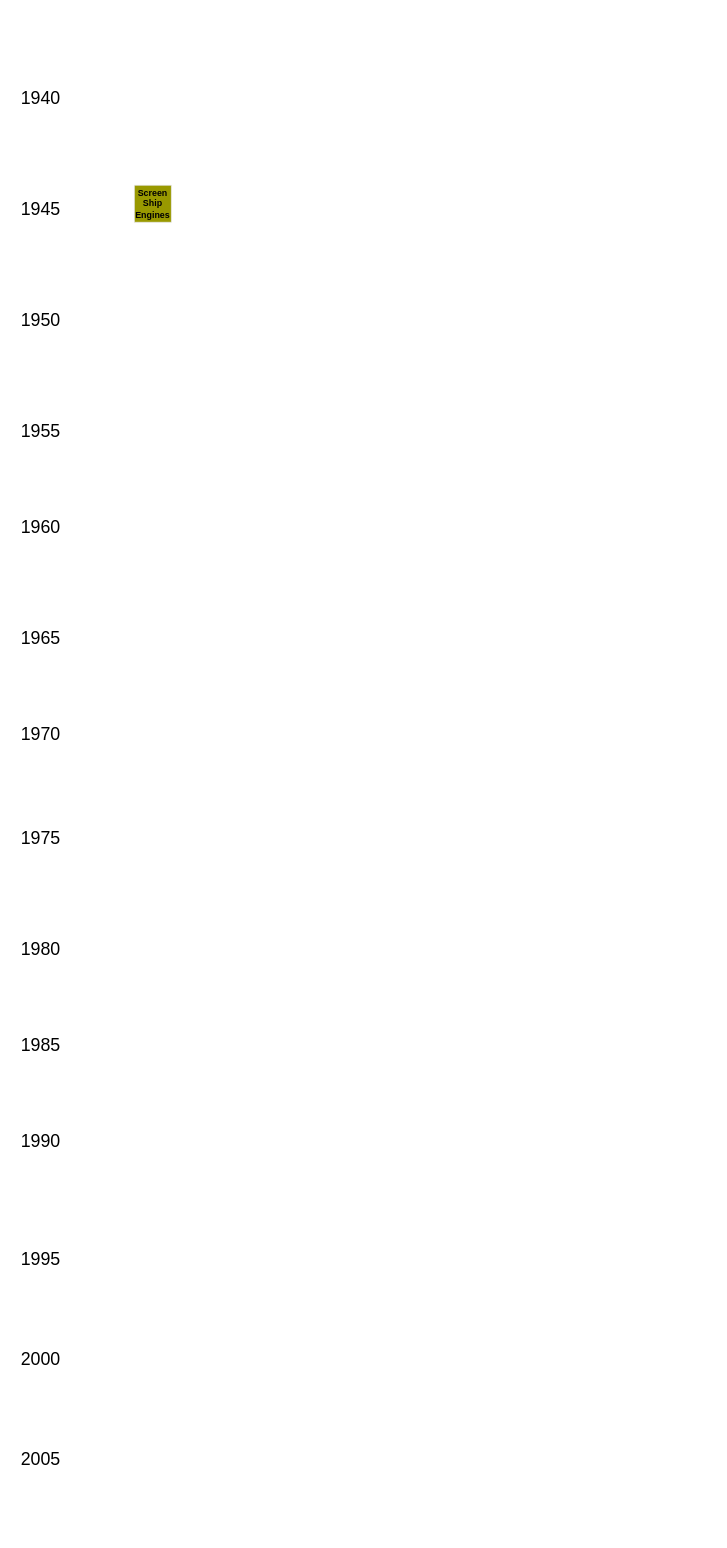
This is page "Polarace Plan" (1 of 2) of CWIC Backup/Polarace/Armour Plan.drawio from swf541/ColdWarIronCurtain, a draw.io file, before an edit. Source tidied: cells renumbered, new cells numbered last; positions are measured from the earlier drawing's top-left corner, leaving out a move shared by most shapes. Both pictures are drawn from the tidied source at 74%, with x=0, y=0 at pixel (19, 85).
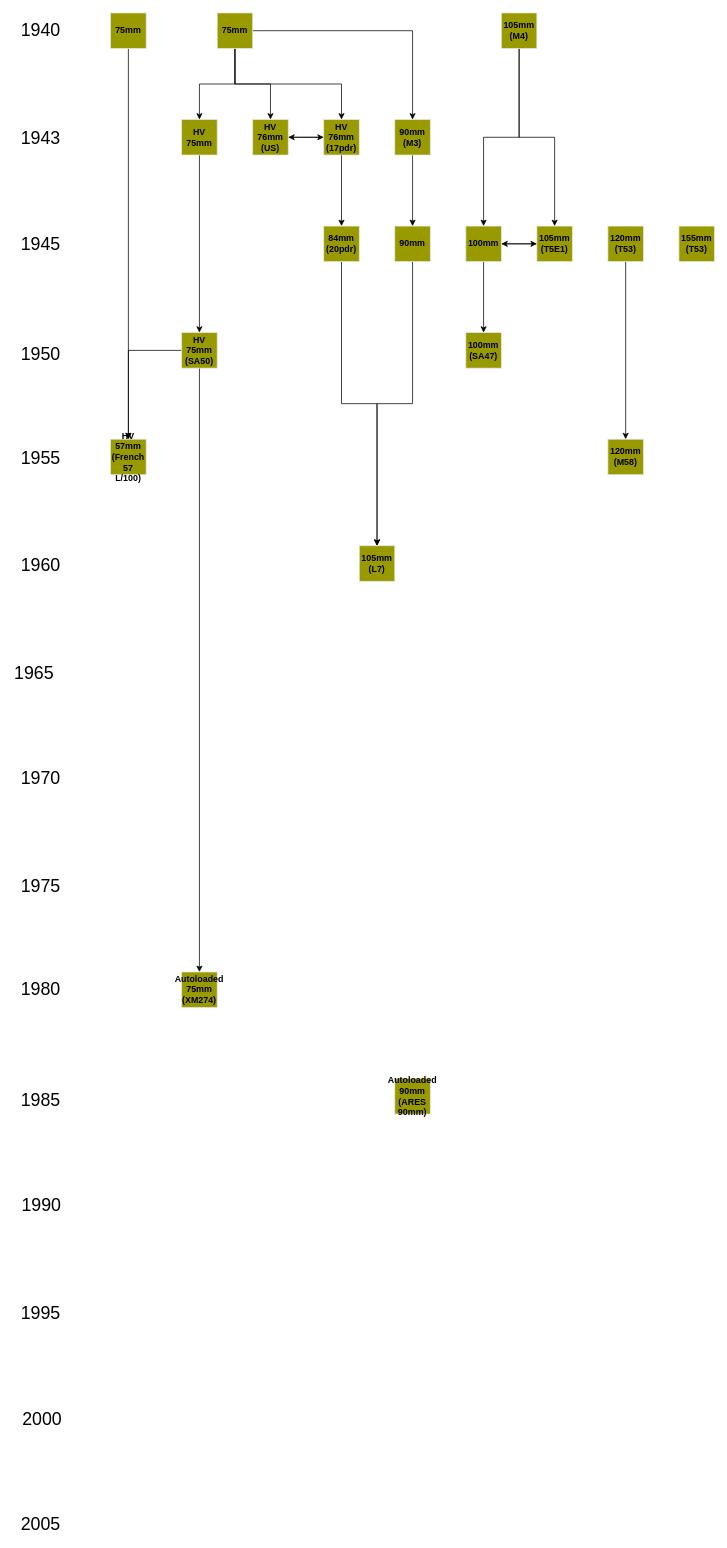
After the change.

What changed in the source:
```diff
@@
     <mxCell id="2" value="&lt;font style=&quot;font-size: 24px&quot;&gt;2005&lt;/font&gt;" style="text;html=1;align=left;verticalAlign=top;spacingTop=-4;" parent="1" vertex="1">
-      <mxGeometry y="1839.8" width="70" height="20" as="geometry" />
+      <mxGeometry y="1927" width="70" height="20" as="geometry" />
     </mxCell>
     <mxCell id="3" value="&lt;font style=&quot;font-size: 24px&quot;&gt;2000&lt;/font&gt;" style="text;html=1;align=left;verticalAlign=top;spacingTop=-4;" parent="1" vertex="1">
-      <mxGeometry y="1704.8" width="70" height="20" as="geometry" />
+      <mxGeometry x="2" y="1786" width="70" height="20" as="geometry" />
     </mxCell>
     <mxCell id="4" value="&lt;font style=&quot;font-size: 24px&quot;&gt;1995&lt;/font&gt;" style="text;html=1;align=left;verticalAlign=top;spacingTop=-4;" parent="1" vertex="1">
-      <mxGeometry y="1569.8" width="70" height="20" as="geometry" />
+      <mxGeometry y="1642" width="70" height="20" as="geometry" />
     </mxCell>
     <mxCell id="5" value="&lt;font style=&quot;font-size: 24px&quot;&gt;1990&lt;/font&gt;" style="text;html=1;align=left;verticalAlign=top;spacingTop=-4;" parent="1" vertex="1">
-      <mxGeometry y="1409.8" width="70" height="20" as="geometry" />
+      <mxGeometry x="1" y="1496" width="70" height="20" as="geometry" />
     </mxCell>
     <mxCell id="6" value="&lt;font style=&quot;font-size: 24px&quot;&gt;1985&lt;/font&gt;" style="text;html=1;align=left;verticalAlign=top;spacingTop=-4;" parent="1" vertex="1">
-      <mxGeometry y="1279.8" width="70" height="20" as="geometry" />
+      <mxGeometry y="1354" width="70" height="20" as="geometry" />
     </mxCell>
     <mxCell id="7" value="&lt;font style=&quot;font-size: 24px&quot;&gt;1980&lt;/font&gt;" style="text;html=1;align=left;verticalAlign=top;spacingTop=-4;" parent="1" vertex="1">
-      <mxGeometry y="1149.8" width="70" height="20" as="geometry" />
+      <mxGeometry y="1204.8" width="70" height="20" as="geometry" />
     </mxCell>
     <mxCell id="8" value="&lt;font style=&quot;font-size: 24px&quot;&gt;1975&lt;/font&gt;" style="text;html=1;align=left;verticalAlign=top;spacingTop=-4;" parent="1" vertex="1">
-      <mxGeometry y="999.8" width="70" height="20" as="geometry" />
+      <mxGeometry y="1066" width="70" height="20" as="geometry" />
     </mxCell>
     <mxCell id="9" value="&lt;font style=&quot;font-size: 24px&quot;&gt;1970&lt;/font&gt;" style="text;html=1;align=left;verticalAlign=top;spacingTop=-4;" parent="1" vertex="1">
-      <mxGeometry y="859.8" width="70" height="20" as="geometry" />
+      <mxGeometry y="919.8" width="70" height="20" as="geometry" />
     </mxCell>
     <mxCell id="10" value="&lt;font style=&quot;font-size: 24px&quot;&gt;1965&lt;/font&gt;" style="text;html=1;align=left;verticalAlign=top;spacingTop=-4;" parent="1" vertex="1">
-      <mxGeometry y="729.8" width="70" height="20" as="geometry" />
+      <mxGeometry x="-9" y="778" width="70" height="20" as="geometry" />
     </mxCell>
     <mxCell id="11" value="&lt;font style=&quot;font-size: 24px&quot;&gt;1960&lt;/font&gt;" style="text;html=1;align=left;verticalAlign=top;spacingTop=-4;" parent="1" vertex="1">
-      <mxGeometry y="579.8" width="70" height="20" as="geometry" />
+      <mxGeometry y="630.8" width="70" height="20" as="geometry" />
     </mxCell>
     <mxCell id="12" value="&lt;font style=&quot;font-size: 24px&quot;&gt;1955&lt;/font&gt;" style="text;html=1;align=left;verticalAlign=top;spacingTop=-4;" parent="1" vertex="1">
-      <mxGeometry y="449.8" width="70" height="20" as="geometry" />
+      <mxGeometry y="487" width="70" height="20" as="geometry" />
     </mxCell>
     <mxCell id="13" value="&lt;font style=&quot;font-size: 24px&quot;&gt;1950&lt;/font&gt;" style="text;html=1;align=left;verticalAlign=top;spacingTop=-4;" parent="1" vertex="1">
-      <mxGeometry y="299.8" width="70" height="20" as="geometry" />
+      <mxGeometry y="346" width="72" height="24" as="geometry" />
     </mxCell>
     <mxCell id="14" value="&lt;font style=&quot;font-size: 24px&quot;&gt;1945&lt;/font&gt;" style="text;html=1;align=left;verticalAlign=top;spacingTop=-4;" parent="1" vertex="1">
-      <mxGeometry y="149.8" width="70" height="20" as="geometry" />
+      <mxGeometry y="197.8" width="70" height="20" as="geometry" />
     </mxCell>
     <mxCell id="15" value="&lt;font style=&quot;font-size: 24px&quot;&gt;1940&lt;/font&gt;" style="text;html=1;align=left;verticalAlign=top;spacingTop=-4;" parent="1" vertex="1">
-      <mxGeometry y="-0.2" width="70" height="20" as="geometry" />
+      <mxGeometry y="-92" width="70" height="20" as="geometry" />
     </mxCell>
+    <mxCell id="17" style="edgeStyle=orthogonalEdgeStyle;rounded=0;jettySize=auto;html=1;" parent="1" edge="1" source="16" target="54">
+      <mxGeometry relative="1" as="geometry" />
+    </mxCell>
-    <mxCell id="16" value="Screen Ship Engines" style="rounded=0;whiteSpace=wrap;html=1;strokeColor=#E6E6E6;fillColor=#999900;arcSize=6;fontStyle=1;" parent="1" vertex="1">
-      <mxGeometry x="155" y="134.8" width="50" height="50" as="geometry" />
+    <mxCell id="16" value="HV 76mm&lt;br&gt;(US)" style="rounded=0;whiteSpace=wrap;html=1;strokeColor=#E6E6E6;fillColor=#999900;arcSize=6;fontStyle=1;" parent="1" vertex="1">
+      <mxGeometry x="315" y="46" width="48" height="48" as="geometry" />
     </mxCell>
+    <mxCell id="18" value="&lt;font style=&quot;font-size: 24px&quot;&gt;1943&lt;br&gt;&lt;/font&gt;" style="text;html=1;align=left;verticalAlign=top;spacingTop=-4;" parent="1" vertex="1">
+      <mxGeometry y="55" width="70" height="20" as="geometry" />
+    </mxCell>
+    <mxCell id="19" style="edgeStyle=orthogonalEdgeStyle;rounded=0;jettySize=auto;html=1;" parent="1" edge="1" source="20" target="23">
+      <mxGeometry relative="1" as="geometry" />
+    </mxCell>
+    <mxCell id="20" value="HV 75mm" style="rounded=0;whiteSpace=wrap;html=1;strokeColor=#E6E6E6;fillColor=#999900;arcSize=6;fontStyle=1;" parent="1" vertex="1">
+      <mxGeometry x="219" y="46" width="48" height="48" as="geometry" />
+    </mxCell>
+    <mxCell id="21" style="edgeStyle=orthogonalEdgeStyle;rounded=0;jettySize=auto;html=1;" parent="1" edge="1" source="23" target="50">
+      <mxGeometry relative="1" as="geometry" />
+    </mxCell>
+    <mxCell id="22" style="edgeStyle=orthogonalEdgeStyle;rounded=0;jettySize=auto;html=1;" parent="1" edge="1" source="23" target="24">
+      <mxGeometry relative="1" as="geometry" />
+    </mxCell>
+    <mxCell id="23" value="HV 75mm&lt;br&gt;(SA50)" style="rounded=0;whiteSpace=wrap;html=1;strokeColor=#E6E6E6;fillColor=#999900;arcSize=6;fontStyle=1;" parent="1" vertex="1">
+      <mxGeometry x="219" y="334" width="48" height="48" as="geometry" />
+    </mxCell>
+    <mxCell id="24" value="HV 57mm&lt;br&gt;(French 57 L/100)" style="rounded=0;whiteSpace=wrap;html=1;strokeColor=#E6E6E6;fillColor=#999900;arcSize=6;fontStyle=1;" parent="1" vertex="1">
+      <mxGeometry x="123" y="478" width="48" height="48" as="geometry" />
+    </mxCell>
+    <mxCell id="25" style="edgeStyle=orthogonalEdgeStyle;rounded=0;jettySize=auto;html=1;" parent="1" edge="1" source="26" target="30">
+      <mxGeometry relative="1" as="geometry" />
+    </mxCell>
+    <mxCell id="26" value="90mm" style="rounded=0;whiteSpace=wrap;html=1;strokeColor=#E6E6E6;fillColor=#999900;arcSize=6;fontStyle=1;" parent="1" vertex="1">
+      <mxGeometry x="507" y="190" width="48" height="48" as="geometry" />
+    </mxCell>
+    <mxCell id="27" style="edgeStyle=orthogonalEdgeStyle;rounded=0;jettySize=auto;html=1;" parent="1" edge="1" source="29" target="31">
+      <mxGeometry relative="1" as="geometry" />
+    </mxCell>
+    <mxCell id="28" style="edgeStyle=orthogonalEdgeStyle;rounded=0;jettySize=auto;html=1;" parent="1" edge="1" source="29" target="34">
+      <mxGeometry relative="1" as="geometry" />
+    </mxCell>
+    <mxCell id="29" value="100mm" style="rounded=0;whiteSpace=wrap;html=1;strokeColor=#E6E6E6;fillColor=#999900;arcSize=6;fontStyle=1;" parent="1" vertex="1">
+      <mxGeometry x="603" y="190" width="48" height="48" as="geometry" />
+    </mxCell>
+    <mxCell id="30" value="105mm&lt;br&gt;(L7)" style="rounded=0;whiteSpace=wrap;html=1;strokeColor=#E6E6E6;fillColor=#999900;arcSize=6;fontStyle=1;" parent="1" vertex="1">
+      <mxGeometry x="459" y="622" width="48" height="48" as="geometry" />
+    </mxCell>
+    <mxCell id="31" value="100mm (SA47)" style="rounded=0;whiteSpace=wrap;html=1;strokeColor=#E6E6E6;fillColor=#999900;arcSize=6;fontStyle=1;" parent="1" vertex="1">
+      <mxGeometry x="603" y="334" width="48" height="48" as="geometry" />
+    </mxCell>
+    <mxCell id="32" value="120mm (M58)" style="rounded=0;whiteSpace=wrap;html=1;strokeColor=#E6E6E6;fillColor=#999900;arcSize=6;fontStyle=1;" parent="1" vertex="1">
+      <mxGeometry x="795" y="478" width="48" height="48" as="geometry" />
+    </mxCell>
+    <mxCell id="33" style="edgeStyle=orthogonalEdgeStyle;rounded=0;jettySize=auto;html=1;entryX=1;entryY=0.5;entryDx=0;entryDy=0;" parent="1" edge="1" source="34" target="29">
+      <mxGeometry relative="1" as="geometry" />
+    </mxCell>
+    <mxCell id="34" value="105mm&lt;br&gt;(T5E1)" style="rounded=0;whiteSpace=wrap;html=1;strokeColor=#E6E6E6;fillColor=#999900;arcSize=6;fontStyle=1;" parent="1" vertex="1">
+      <mxGeometry x="699" y="190" width="48" height="48" as="geometry" />
+    </mxCell>
+    <mxCell id="35" style="edgeStyle=orthogonalEdgeStyle;rounded=0;jettySize=auto;html=1;" parent="1" edge="1" source="39" target="20">
+      <mxGeometry relative="1" as="geometry" />
+    </mxCell>
+    <mxCell id="36" style="edgeStyle=orthogonalEdgeStyle;rounded=0;jettySize=auto;html=1;" parent="1" edge="1" source="39" target="16">
+      <mxGeometry relative="1" as="geometry" />
+    </mxCell>
+    <mxCell id="37" style="edgeStyle=orthogonalEdgeStyle;rounded=0;jettySize=auto;html=1;" parent="1" edge="1" source="39" target="46">
+      <mxGeometry relative="1" as="geometry" />
+    </mxCell>
+    <mxCell id="38" style="edgeStyle=orthogonalEdgeStyle;rounded=0;jettySize=auto;html=1;" parent="1" edge="1" source="39" target="54">
+      <mxGeometry relative="1" as="geometry">
+        <Array as="points">
+          <mxPoint x="291" y="-2" />
+          <mxPoint x="435" y="-2" />
+        </Array>
+      </mxGeometry>
+    </mxCell>
+    <mxCell id="39" value="75mm" style="rounded=0;whiteSpace=wrap;html=1;strokeColor=#E6E6E6;fillColor=#999900;arcSize=6;fontStyle=1;" parent="1" vertex="1">
+      <mxGeometry x="267" y="-98" width="48" height="48" as="geometry" />
+    </mxCell>
+    <mxCell id="40" style="edgeStyle=orthogonalEdgeStyle;rounded=0;jettySize=auto;html=1;" parent="1" edge="1" source="41" target="30">
+      <mxGeometry relative="1" as="geometry" />
+    </mxCell>
+    <mxCell id="41" value="84mm (20pdr)" style="rounded=0;whiteSpace=wrap;html=1;strokeColor=#E6E6E6;fillColor=#999900;arcSize=6;fontStyle=1;" parent="1" vertex="1">
+      <mxGeometry x="411" y="190" width="48" height="48" as="geometry" />
+    </mxCell>
+    <mxCell id="42" style="edgeStyle=orthogonalEdgeStyle;rounded=0;jettySize=auto;html=1;" parent="1" edge="1" source="43" target="32">
+      <mxGeometry relative="1" as="geometry" />
+    </mxCell>
+    <mxCell id="43" value="120mm&lt;br&gt;(T53)" style="rounded=0;whiteSpace=wrap;html=1;strokeColor=#E6E6E6;fillColor=#999900;arcSize=6;fontStyle=1;" parent="1" vertex="1">
+      <mxGeometry x="795" y="190" width="48" height="48" as="geometry" />
+    </mxCell>
+    <mxCell id="44" value="155mm&lt;br&gt;(T53)" style="rounded=0;whiteSpace=wrap;html=1;strokeColor=#E6E6E6;fillColor=#999900;arcSize=6;fontStyle=1;" parent="1" vertex="1">
+      <mxGeometry x="891" y="190" width="48" height="48" as="geometry" />
+    </mxCell>
+    <mxCell id="45" style="edgeStyle=orthogonalEdgeStyle;rounded=0;jettySize=auto;html=1;" parent="1" edge="1" source="46" target="26">
+      <mxGeometry relative="1" as="geometry" />
+    </mxCell>
+    <mxCell id="46" value="90mm (M3)" style="rounded=0;whiteSpace=wrap;html=1;strokeColor=#E6E6E6;fillColor=#999900;arcSize=6;fontStyle=1;" parent="1" vertex="1">
+      <mxGeometry x="507" y="46" width="48" height="48" as="geometry" />
+    </mxCell>
+    <mxCell id="47" style="edgeStyle=orthogonalEdgeStyle;rounded=0;jettySize=auto;html=1;" parent="1" edge="1" source="49" target="29">
+      <mxGeometry relative="1" as="geometry" />
+    </mxCell>
+    <mxCell id="48" style="edgeStyle=orthogonalEdgeStyle;rounded=0;jettySize=auto;html=1;" parent="1" edge="1" source="49" target="34">
+      <mxGeometry relative="1" as="geometry" />
+    </mxCell>
+    <mxCell id="49" value="105mm (M4)" style="rounded=0;whiteSpace=wrap;html=1;strokeColor=#E6E6E6;fillColor=#999900;arcSize=6;fontStyle=1;" parent="1" vertex="1">
+      <mxGeometry x="651" y="-98" width="48" height="48" as="geometry" />
+    </mxCell>
+    <mxCell id="50" value="Autoloaded 75mm&lt;br&gt;(XM274)" style="rounded=0;whiteSpace=wrap;html=1;strokeColor=#E6E6E6;fillColor=#999900;arcSize=6;fontStyle=1;" parent="1" vertex="1">
+      <mxGeometry x="219" y="1198" width="48" height="48" as="geometry" />
+    </mxCell>
+    <mxCell id="51" value="Autoloaded 90mm&lt;br&gt;(ARES 90mm)" style="rounded=0;whiteSpace=wrap;html=1;strokeColor=#E6E6E6;fillColor=#999900;arcSize=6;fontStyle=1;" parent="1" vertex="1">
+      <mxGeometry x="507" y="1342" width="48" height="48" as="geometry" />
+    </mxCell>
+    <mxCell id="52" style="edgeStyle=orthogonalEdgeStyle;rounded=0;jettySize=auto;html=1;" parent="1" edge="1" source="54" target="16">
+      <mxGeometry relative="1" as="geometry" />
+    </mxCell>
+    <mxCell id="53" style="edgeStyle=orthogonalEdgeStyle;rounded=0;jettySize=auto;html=1;" parent="1" edge="1" source="54" target="41">
+      <mxGeometry relative="1" as="geometry" />
+    </mxCell>
+    <mxCell id="54" value="HV 76mm&lt;br&gt;(17pdr)" style="rounded=0;whiteSpace=wrap;html=1;strokeColor=#E6E6E6;fillColor=#999900;arcSize=6;fontStyle=1;" parent="1" vertex="1">
+      <mxGeometry x="411" y="46" width="48" height="48" as="geometry" />
+    </mxCell>
+    <mxCell id="55" style="edgeStyle=orthogonalEdgeStyle;rounded=0;jettySize=auto;html=1;" parent="1" edge="1" source="56" target="24">
+      <mxGeometry relative="1" as="geometry" />
+    </mxCell>
+    <mxCell id="56" value="75mm" style="rounded=0;whiteSpace=wrap;html=1;strokeColor=#E6E6E6;fillColor=#999900;arcSize=6;fontStyle=1;" parent="1" vertex="1">
+      <mxGeometry x="123" y="-98" width="48" height="48" as="geometry" />
+    </mxCell>
```
